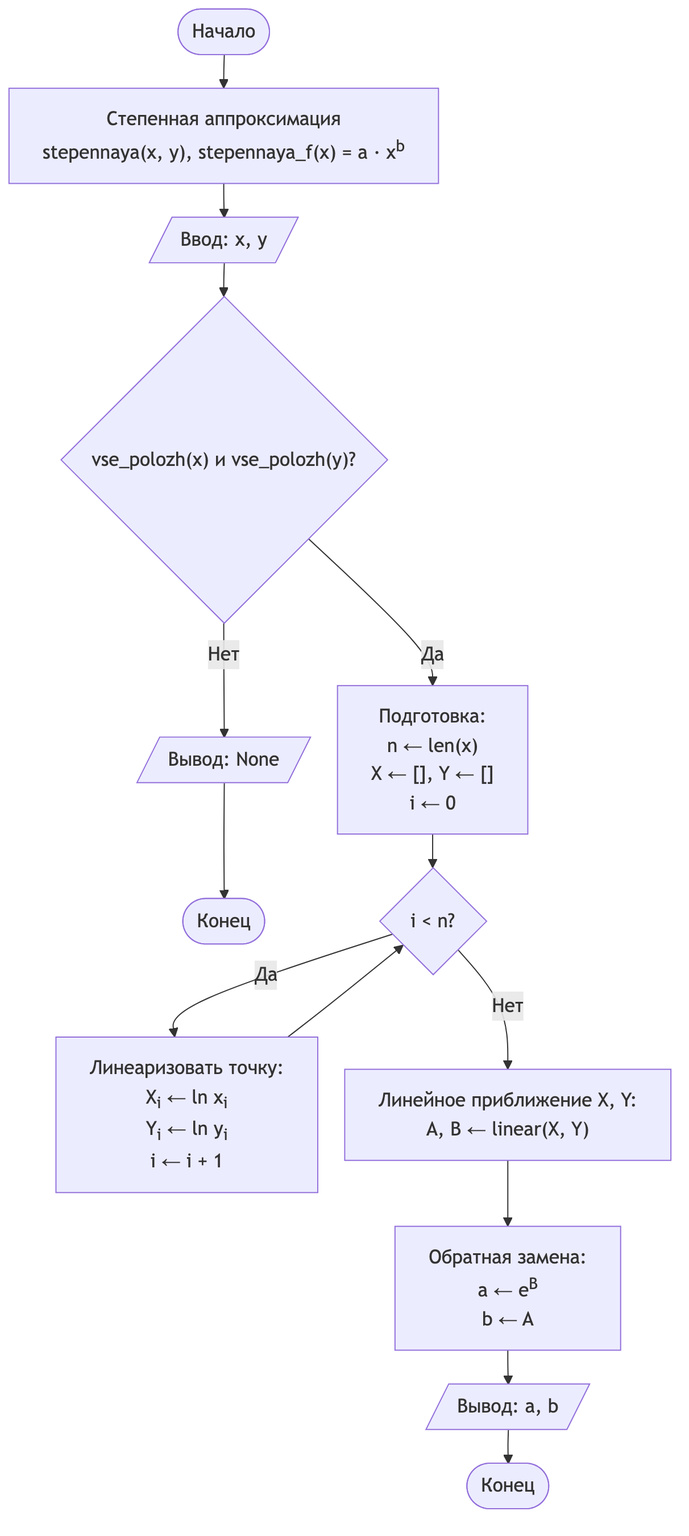
The Mermaid diagram report_assets/stepennaya.png in juliakrasnoshtanova/itmo_compmath_lab4, before a commit. Its source is kept beside it as mermaid/stepennaya.mmd.
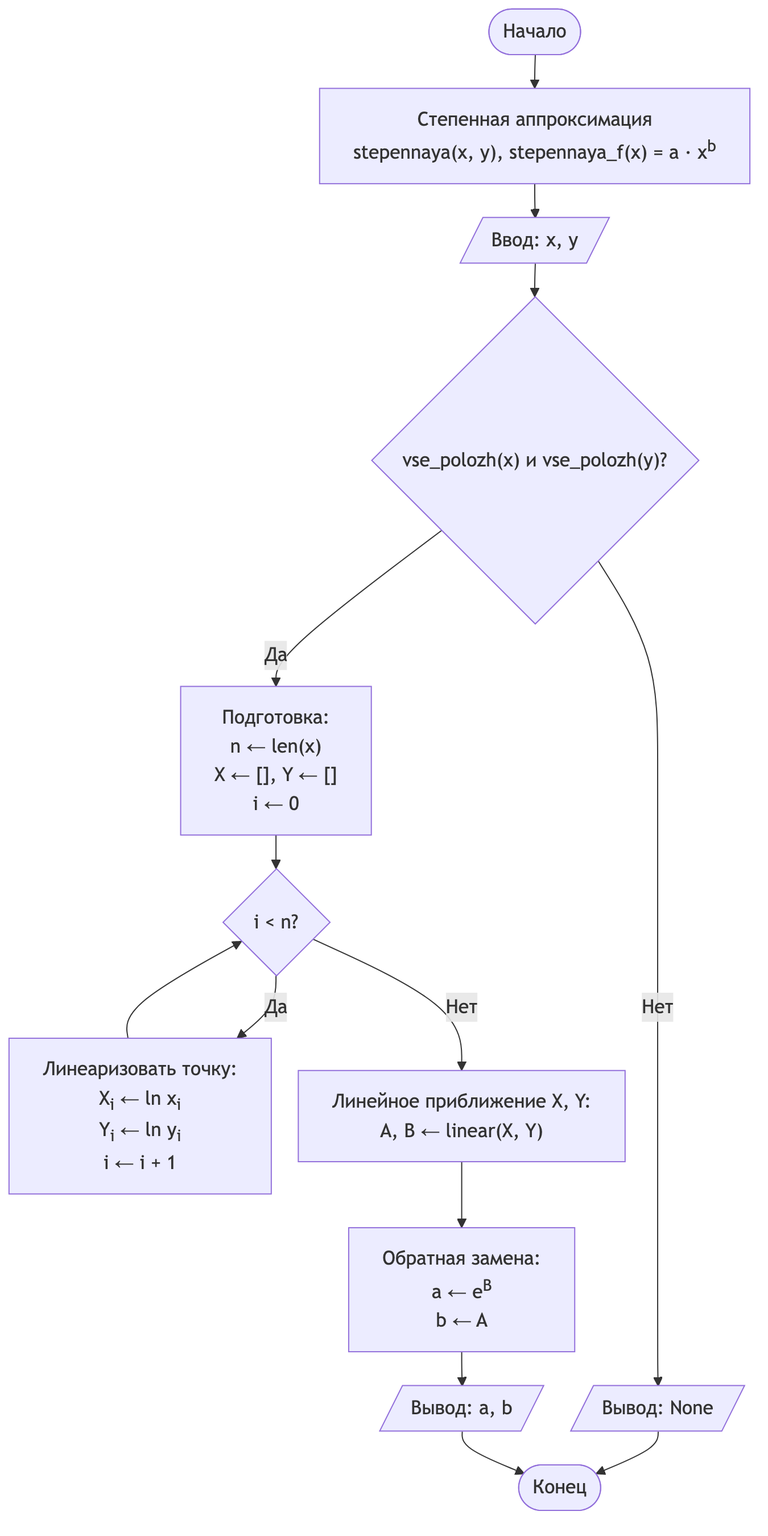
Above is the later version.

The edit, as a diff of the source:
```diff
@@ -5,7 +5,7 @@
     TITLE --> INPUT[/"Ввод: x, y"/]
     INPUT --> CHECK_DOMAIN{"vse_polozh(x) и vse_polozh(y)?"}
     CHECK_DOMAIN -- "Нет" --> ERR_DOMAIN[/"Вывод: None"/]
-    ERR_DOMAIN --> END_FAIL(["Конец"])
+    ERR_DOMAIN --> END
     CHECK_DOMAIN -- "Да" --> INIT["Подготовка:<br/>n ← len(x)<br/>X ← [], Y ← []<br/>i ← 0"]
     INIT --> CHECK_I{"i < n?"}
     CHECK_I -- "Да" --> TRANS["Линеаризовать точку:<br/>X<sub>i</sub> ← ln x<sub>i</sub><br/>Y<sub>i</sub> ← ln y<sub>i</sub><br/>i ← i + 1"]
@@ -13,4 +13,5 @@
     CHECK_I -- "Нет" --> LIN["Линейное приближение X, Y:<br/>A, B ← linear(X, Y)"]
     LIN --> COEFFS["Обратная замена:<br/>a ← e<sup>B</sup><br/>b ← A"]
     COEFFS --> OUT_OK[/"Вывод: a, b"/]
-    OUT_OK --> END_OK(["Конец"])
+    OUT_OK --> END
+    END(["Конец"])
```
